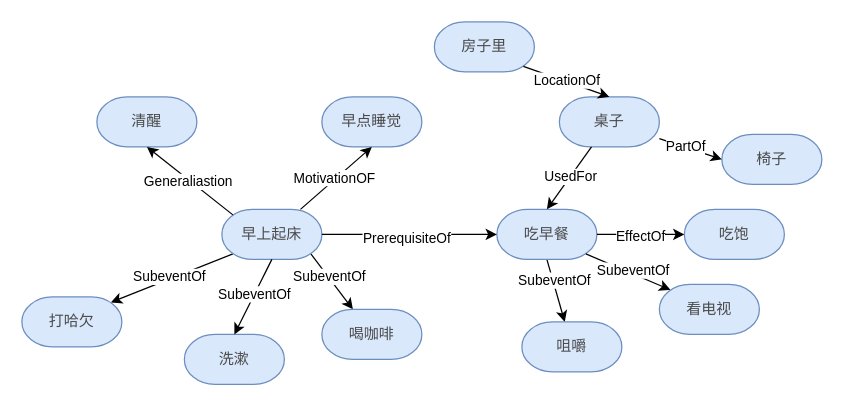
Earlier version of the draw.io diagram page "第 10 页" (10 of 11) of 2.drawio (JiaXinLI98/myProject). Source tidied: cells renumbered, new cells numbered last; positions are measured from the earlier drawing's top-left corner, leaving out a move shared by most shapes. Both pictures are drawn from the tidied source at 125%, with x=0, y=0 at pixel (21, 21).
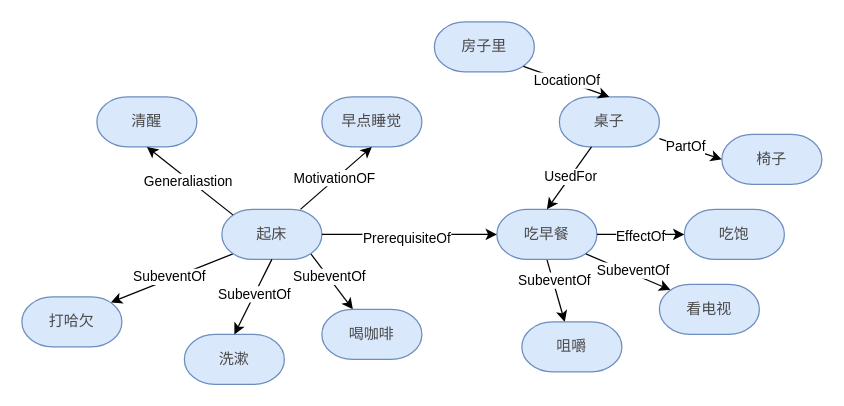
The same page after the edit.

Diff of the diagram source:
```diff
@@
-    <mxCell id="6" value="&lt;font color=&quot;#4a4a4a&quot;&gt;早上起床&lt;/font&gt;" style="strokeWidth=1;html=1;shape=mxgraph.flowchart.terminator;whiteSpace=wrap;fillColor=#dae8fc;strokeColor=#6c8ebf;" parent="1" vertex="1">
+    <mxCell id="6" value="&lt;font color=&quot;#4a4a4a&quot;&gt;起床&lt;/font&gt;" style="strokeWidth=1;html=1;shape=mxgraph.flowchart.terminator;whiteSpace=wrap;fillColor=#dae8fc;strokeColor=#6c8ebf;" parent="1" vertex="1">
       <mxGeometry x="160" y="150" width="80" height="40" as="geometry" />
     </mxCell>
```
